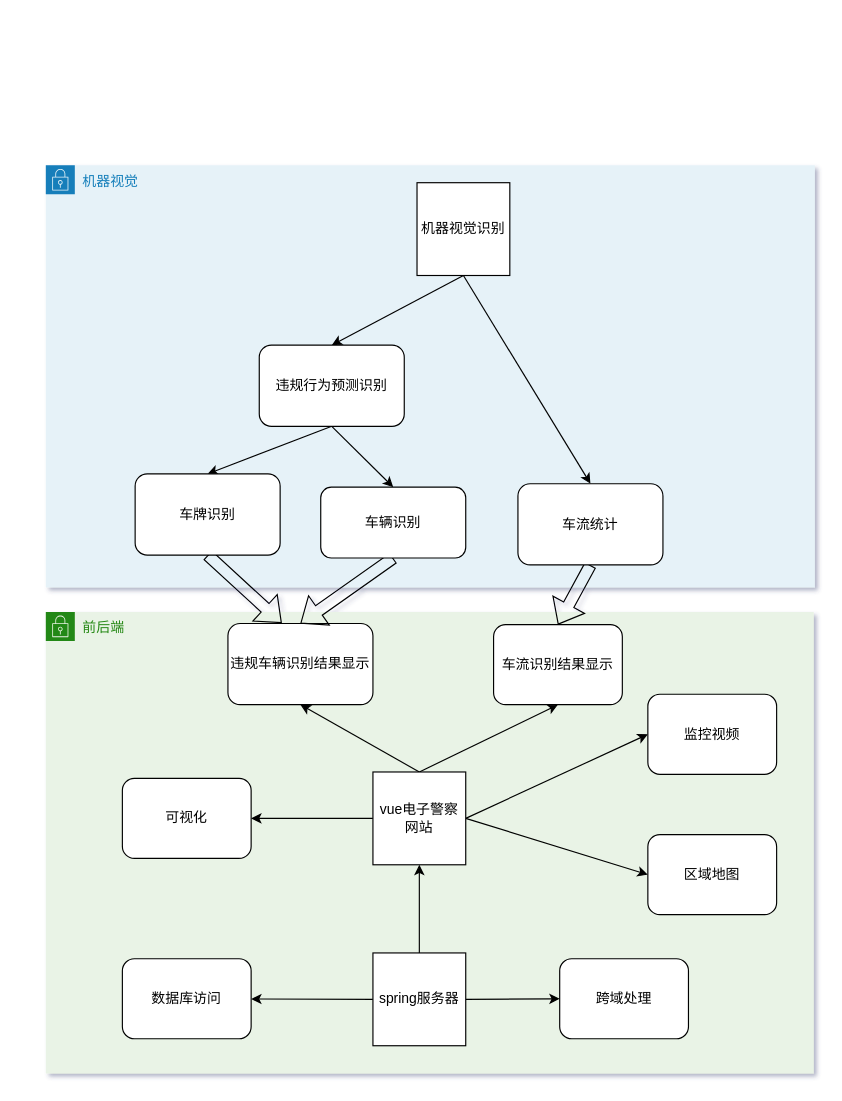
Earlier version of the draw.io diagram Untitled Diagram.drawio (SuperSparta117/drawio_liuchengtu). Source tidied: cells renumbered, new cells numbered last; positions are measured from the earlier drawing's top-left corner, leaving out a move shared by most shapes. Both pictures are drawn from the tidied source at 116%, with x=0, y=0 at pixel (45, 165).
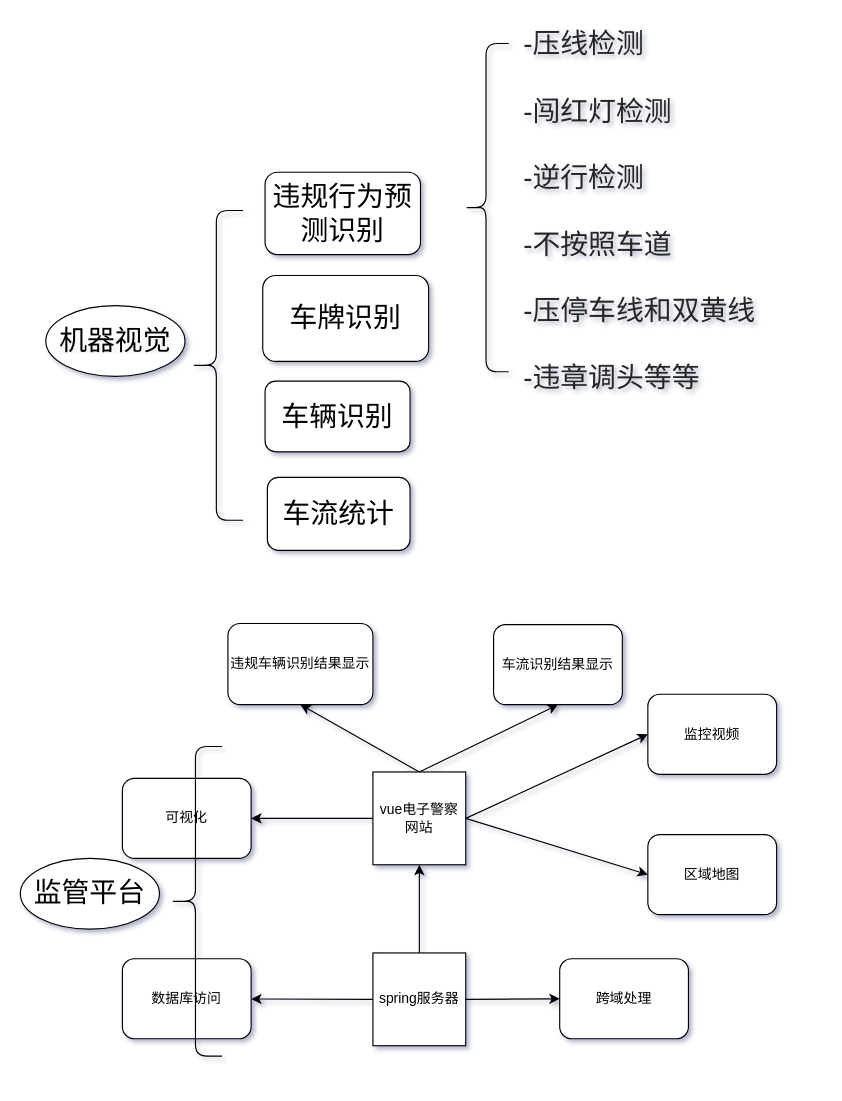
The same diagram, later.

The change refers to these unchanged cells:
```xml
<mxCell id="10" value="违规车辆识别结果显示" style="rounded=1;whiteSpace=wrap;html=1;" parent="1" vertex="1">
  <mxGeometry x="157" y="395" width="125" height="70" as="geometry" />
</mxCell>
<mxCell id="11" value="车流识别结果显示" style="rounded=1;whiteSpace=wrap;html=1;" parent="1" vertex="1">
  <mxGeometry x="386" y="396" width="111" height="69" as="geometry" />
</mxCell>
```

The edit, as a diff of the source:
```diff
@@
-    <mxCell id="2" value="前后端" style="gradientColor=none;html=1;whiteSpace=wrap;fontSize=12;fontStyle=0;shape=mxgraph.aws4.group;grIcon=mxgraph.aws4.group_security_group;grStroke=0;strokeColor=#248814;fillColor=#E9F3E6;verticalAlign=top;align=left;spacingLeft=30;fontColor=#248814;dashed=0;" parent="1" vertex="1">
-      <mxGeometry y="385" width="662" height="398" as="geometry" />
-    </mxCell>
-    <mxCell id="3" value="机器视觉" style="gradientColor=none;html=1;whiteSpace=wrap;fontSize=12;fontStyle=0;shape=mxgraph.aws4.group;grIcon=mxgraph.aws4.group_security_group;grStroke=0;strokeColor=#147EBA;fillColor=#E6F2F8;verticalAlign=top;align=left;spacingLeft=30;fontColor=#147EBA;dashed=0;" parent="1" vertex="1">
-      <mxGeometry width="663" height="364" as="geometry" />
-    </mxCell>
@@
-    <mxCell id="13" style="edgeStyle=none;rounded=0;jettySize=auto;html=1;exitX=0.5;exitY=1;exitDx=0;exitDy=0;entryX=0.5;entryY=0;entryDx=0;entryDy=0;" parent="1" edge="1" source="20" target="18">
-      <mxGeometry relative="1" as="geometry" />
-    </mxCell>
-    <mxCell id="14" style="edgeStyle=none;rounded=0;jettySize=auto;html=1;exitX=0.5;exitY=1;exitDx=0;exitDy=0;entryX=0.5;entryY=0;entryDx=0;entryDy=0;" parent="1" edge="1" source="20" target="16">
-      <mxGeometry relative="1" as="geometry" />
-    </mxCell>
-    <mxCell id="15" style="edgeStyle=none;rounded=0;jettySize=auto;html=1;exitX=0.5;exitY=1;exitDx=0;exitDy=0;entryX=0.5;entryY=0;entryDx=0;entryDy=0;shape=flexArrow;" parent="1" edge="1" source="16" target="10">
-      <mxGeometry relative="1" as="geometry" />
-    </mxCell>
-    <mxCell id="16" value="车辆识别" style="rounded=1;whiteSpace=wrap;html=1;" parent="1" vertex="1">
-      <mxGeometry x="237" y="277.5" width="125" height="61" as="geometry" />
+    <mxCell id="16" value="&lt;font style=&quot;font-size: 24px;&quot;&gt;车辆识别&lt;/font&gt;" style="rounded=1;whiteSpace=wrap;html=1;" parent="1" vertex="1">
+      <mxGeometry x="189" y="186" width="125" height="61" as="geometry" />
     </mxCell>
-    <mxCell id="17" style="edgeStyle=none;shape=flexArrow;rounded=0;jettySize=auto;html=1;exitX=0.5;exitY=1;exitDx=0;exitDy=0;entryX=0.371;entryY=-0.005;entryDx=0;entryDy=0;entryPerimeter=0;" parent="1" edge="1" source="18" target="10">
-      <mxGeometry relative="1" as="geometry" />
-    </mxCell>
-    <mxCell id="18" value="车牌识别" style="rounded=1;whiteSpace=wrap;html=1;" parent="1" vertex="1">
-      <mxGeometry x="77" y="266" width="125" height="70" as="geometry" />
+    <mxCell id="18" value="&lt;font style=&quot;font-size: 24px;&quot;&gt;车牌识别&lt;/font&gt;" style="rounded=1;whiteSpace=wrap;html=1;" parent="1" vertex="1">
+      <mxGeometry x="187" y="95" width="143" height="74" as="geometry" />
     </mxCell>
-    <mxCell id="19" style="edgeStyle=none;shape=flexArrow;rounded=0;jettySize=auto;html=1;exitX=0.5;exitY=1;exitDx=0;exitDy=0;entryX=0.5;entryY=0;entryDx=0;entryDy=0;" parent="1" edge="1" source="24" target="11">
-      <mxGeometry relative="1" as="geometry" />
-    </mxCell>
-    <mxCell id="20" value="违规行为预测识别" style="rounded=1;whiteSpace=wrap;html=1;" parent="1" vertex="1">
-      <mxGeometry x="184" y="155" width="125" height="70" as="geometry" />
+    <mxCell id="20" value="&lt;font style=&quot;font-size: 24px;&quot;&gt;违规行为预测识别&lt;/font&gt;" style="rounded=1;whiteSpace=wrap;html=1;" parent="1" vertex="1">
+      <mxGeometry x="189" y="6" width="134" height="71" as="geometry" />
     </mxCell>
-    <mxCell id="21" style="rounded=0;jettySize=auto;html=1;exitX=0.5;exitY=1;exitDx=0;exitDy=0;entryX=0.5;entryY=0;entryDx=0;entryDy=0;" parent="1" edge="1" source="22" target="20">
-      <mxGeometry relative="1" as="geometry" />
-    </mxCell>
-    <mxCell id="22" value="机器视觉识别" style="whiteSpace=wrap;html=1;" parent="1" vertex="1">
-      <mxGeometry x="320" y="15" width="80" height="80" as="geometry" />
-    </mxCell>
-    <mxCell id="23" style="edgeStyle=none;rounded=0;jettySize=auto;html=1;exitX=0.5;exitY=1;exitDx=0;exitDy=0;entryX=0.5;entryY=0;entryDx=0;entryDy=0;" parent="1" edge="1" source="22" target="24">
-      <mxGeometry relative="1" as="geometry" />
-    </mxCell>
-    <mxCell id="24" value="车流统计" style="rounded=1;whiteSpace=wrap;html=1;" parent="1" vertex="1">
-      <mxGeometry x="407" y="274.5" width="125" height="70" as="geometry" />
+    <mxCell id="24" value="&lt;font style=&quot;font-size: 24px;&quot;&gt;&lt;font style=&quot;&quot;&gt;车流统&lt;/font&gt;计&lt;/font&gt;" style="rounded=1;whiteSpace=wrap;html=1;" parent="1" vertex="1">
+      <mxGeometry x="191" y="269" width="123" height="63" as="geometry" />
     </mxCell>
@@
+    <mxCell id="3" value="&lt;span style=&quot;color: rgb(0, 0, 0); font-family: Helvetica; font-style: normal; font-variant-ligatures: normal; font-variant-caps: normal; font-weight: 400; letter-spacing: normal; orphans: 2; text-align: center; text-indent: 0px; text-transform: none; widows: 2; word-spacing: 0px; -webkit-text-stroke-width: 0px; background-color: rgb(248, 249, 250); text-decoration-style: initial; text-decoration-color: initial; float: none; display: inline !important;&quot;&gt;&lt;font style=&quot;font-size: 24px;&quot;&gt;机器视觉&lt;/font&gt;&lt;/span&gt;" style="ellipse;whiteSpace=wrap;html=1;" parent="1" vertex="1">
+      <mxGeometry y="121" width="120" height="61" as="geometry" />
+    </mxCell>
+    <mxCell id="33" style="shape=curlyBracket;whiteSpace=wrap;html=1;rounded=1;" parent="1" vertex="1">
+      <mxGeometry x="124" y="39" width="46" height="267" as="geometry" />
+    </mxCell>
+    <mxCell id="34" value="&lt;p style=&quot;language:zh-CN;margin-top:0pt;margin-bottom:0pt;margin-left:0in;&#10;text-align:left;direction:ltr;unicode-bidi:embed;mso-line-break-override:none;&#10;word-break:normal;punctuation-wrap:hanging&quot;&gt;&lt;span style=&quot;font-size:18.0pt;&#10;font-family:微软雅黑;mso-ascii-font-family:微软雅黑;mso-fareast-font-family:微软雅黑;&#10;mso-bidi-font-family:+mn-cs;mso-bidi-theme-font:minor-bidi;color:#262626;&#10;mso-color-index:1;mso-font-kerning:12.0pt;language:en-US;mso-style-textfill-type:&#10;solid;mso-style-textfill-fill-themecolor:text1;mso-style-textfill-fill-color:&#10;#262626;mso-style-textfill-fill-alpha:100.0%;mso-style-textfill-fill-colortransforms:&#10;&amp;quot;lumm=85000 lumo=15000&amp;quot;&quot;&gt;-&lt;/span&gt;&lt;span style=&quot;font-size:18.0pt;font-family:&#10;微软雅黑;mso-ascii-font-family:微软雅黑;mso-fareast-font-family:微软雅黑;mso-bidi-font-family:&#10;+mn-cs;mso-bidi-theme-font:minor-bidi;color:#262626;mso-color-index:1;&#10;mso-font-kerning:12.0pt;language:zh-CN;mso-style-textfill-type:solid;&#10;mso-style-textfill-fill-themecolor:text1;mso-style-textfill-fill-color:#262626;&#10;mso-style-textfill-fill-alpha:100.0%;mso-style-textfill-fill-colortransforms:&#10;&amp;quot;lumm=85000 lumo=15000&amp;quot;&quot;&gt;压线检测&lt;/span&gt;&lt;/p&gt;&#10;&#10;&lt;p style=&quot;language:zh-CN;margin-top:0pt;margin-bottom:0pt;margin-left:0in;&#10;text-align:left;direction:ltr;unicode-bidi:embed;mso-line-break-override:none;&#10;word-break:normal;punctuation-wrap:hanging&quot;&gt;&lt;span style=&quot;font-size:18.0pt;&#10;font-family:微软雅黑;mso-ascii-font-family:微软雅黑;mso-fareast-font-family:微软雅黑;&#10;mso-bidi-font-family:+mn-cs;mso-bidi-theme-font:minor-bidi;color:#262626;&#10;mso-color-index:1;mso-font-kerning:12.0pt;language:en-US;mso-style-textfill-type:&#10;solid;mso-style-textfill-fill-themecolor:text1;mso-style-textfill-fill-color:&#10;#262626;mso-style-textfill-fill-alpha:100.0%;mso-style-textfill-fill-colortransforms:&#10;&amp;quot;lumm=85000 lumo=15000&amp;quot;&quot;&gt;-&lt;/span&gt;&lt;span style=&quot;font-size:18.0pt;font-family:&#10;微软雅黑;mso-ascii-font-family:微软雅黑;mso-fareast-font-family:微软雅黑;mso-bidi-font-family:&#10;+mn-cs;mso-bidi-theme-font:minor-bidi;color:#262626;mso-color-index:1;&#10;mso-font-kerning:12.0pt;language:zh-CN;mso-style-textfill-type:solid;&#10;mso-style-textfill-fill-themecolor:text1;mso-style-textfill-fill-color:#262626;&#10;mso-style-textfill-fill-alpha:100.0%;mso-style-textfill-fill-colortransforms:&#10;&amp;quot;lumm=85000 lumo=15000&amp;quot;&quot;&gt;闯红灯检测&lt;/span&gt;&lt;/p&gt;&#10;&#10;&lt;p style=&quot;language:zh-CN;margin-top:0pt;margin-bottom:0pt;margin-left:0in;&#10;text-align:left;direction:ltr;unicode-bidi:embed;mso-line-break-override:none;&#10;word-break:normal;punctuation-wrap:hanging&quot;&gt;&lt;span style=&quot;font-size:18.0pt;&#10;font-family:微软雅黑;mso-ascii-font-family:微软雅黑;mso-fareast-font-family:微软雅黑;&#10;mso-bidi-font-family:+mn-cs;mso-bidi-theme-font:minor-bidi;color:#262626;&#10;mso-color-index:1;mso-font-kerning:12.0pt;language:en-US;mso-style-textfill-type:&#10;solid;mso-style-textfill-fill-themecolor:text1;mso-style-textfill-fill-color:&#10;#262626;mso-style-textfill-fill-alpha:100.0%;mso-style-textfill-fill-colortransforms:&#10;&amp;quot;lumm=85000 lumo=15000&amp;quot;&quot;&gt;-&lt;/span&gt;&lt;span style=&quot;font-size:18.0pt;font-family:&#10;微软雅黑;mso-ascii-font-family:微软雅黑;mso-fareast-font-family:微软雅黑;mso-bidi-font-family:&#10;+mn-cs;mso-bidi-theme-font:minor-bidi;color:#262626;mso-color-index:1;&#10;mso-font-kerning:12.0pt;language:zh-CN;mso-style-textfill-type:solid;&#10;mso-style-textfill-fill-themecolor:text1;mso-style-textfill-fill-color:#262626;&#10;mso-style-textfill-fill-alpha:100.0%;mso-style-textfill-fill-colortransforms:&#10;&amp;quot;lumm=85000 lumo=15000&amp;quot;&quot;&gt;逆行检测&lt;/span&gt;&lt;/p&gt;&#10;&#10;&lt;p style=&quot;language:zh-CN;margin-top:0pt;margin-bottom:0pt;margin-left:0in;&#10;text-align:left;direction:ltr;unicode-bidi:embed;mso-line-break-override:none;&#10;word-break:normal;punctuation-wrap:hanging&quot;&gt;&lt;span style=&quot;font-size:18.0pt;&#10;font-family:微软雅黑;mso-ascii-font-family:微软雅黑;mso-fareast-font-family:微软雅黑;&#10;mso-bidi-font-family:+mn-cs;mso-bidi-theme-font:minor-bidi;color:#262626;&#10;mso-color-index:1;mso-font-kerning:12.0pt;language:en-US;mso-style-textfill-type:&#10;solid;mso-style-textfill-fill-themecolor:text1;mso-style-textfill-fill-color:&#10;#262626;mso-style-textfill-fill-alpha:100.0%;mso-style-textfill-fill-colortransforms:&#10;&amp;quot;lumm=85000 lumo=15000&amp;quot;&quot;&gt;-&lt;/span&gt;&lt;span style=&quot;font-size:18.0pt;font-family:&#10;微软雅黑;mso-ascii-font-family:微软雅黑;mso-fareast-font-family:微软雅黑;mso-bidi-font-family:&#10;+mn-cs;mso-bidi-theme-font:minor-bidi;color:#262626;mso-color-index:1;&#10;mso-font-kerning:12.0pt;language:zh-CN;mso-style-textfill-type:solid;&#10;mso-style-textfill-fill-themecolor:text1;mso-style-textfill-fill-color:#262626;&#10;mso-style-textfill-fill-alpha:100.0%;mso-style-textfill-fill-colortransforms:&#10;&amp;quot;lumm=85000 lumo=15000&amp;quot;&quot;&gt;不按照车道&lt;/span&gt;&lt;/p&gt;&#10;&#10;&lt;p style=&quot;language:zh-CN;margin-top:0pt;margin-bottom:0pt;margin-left:0in;&#10;text-align:left;direction:ltr;unicode-bidi:embed;mso-line-break-override:none;&#10;word-break:normal;punctuation-wrap:hanging&quot;&gt;&lt;span style=&quot;font-size:18.0pt;&#10;font-family:微软雅黑;mso-ascii-font-family:微软雅黑;mso-fareast-font-family:微软雅黑;&#10;mso-bidi-font-family:+mn-cs;mso-bidi-theme-font:minor-bidi;color:#262626;&#10;mso-color-index:1;mso-font-kerning:12.0pt;language:en-US;mso-style-textfill-type:&#10;solid;mso-style-textfill-fill-themecolor:text1;mso-style-textfill-fill-color:&#10;#262626;mso-style-textfill-fill-alpha:100.0%;mso-style-textfill-fill-colortransforms:&#10;&amp;quot;lumm=85000 lumo=15000&amp;quot;&quot;&gt;-&lt;/span&gt;&lt;span style=&quot;font-size:18.0pt;font-family:&#10;微软雅黑;mso-ascii-font-family:微软雅黑;mso-fareast-font-family:微软雅黑;mso-bidi-font-family:&#10;+mn-cs;mso-bidi-theme-font:minor-bidi;color:#262626;mso-color-index:1;&#10;mso-font-kerning:12.0pt;language:zh-CN;mso-style-textfill-type:solid;&#10;mso-style-textfill-fill-themecolor:text1;mso-style-textfill-fill-color:#262626;&#10;mso-style-textfill-fill-alpha:100.0%;mso-style-textfill-fill-colortransforms:&#10;&amp;quot;lumm=85000 lumo=15000&amp;quot;&quot;&gt;压停车线和双黄线&lt;/span&gt;&lt;/p&gt;&#10;&#10;&lt;p style=&quot;language:zh-CN;margin-top:0pt;margin-bottom:0pt;margin-left:0in;&#10;text-align:left;direction:ltr;unicode-bidi:embed;mso-line-break-override:none;&#10;word-break:normal;punctuation-wrap:hanging&quot;&gt;&lt;span style=&quot;font-size:18.0pt;&#10;font-family:微软雅黑;mso-ascii-font-family:微软雅黑;mso-fareast-font-family:微软雅黑;&#10;mso-bidi-font-family:+mn-cs;mso-bidi-theme-font:minor-bidi;color:#262626;&#10;mso-color-index:1;mso-font-kerning:12.0pt;language:en-US;mso-style-textfill-type:&#10;solid;mso-style-textfill-fill-themecolor:text1;mso-style-textfill-fill-color:&#10;#262626;mso-style-textfill-fill-alpha:100.0%;mso-style-textfill-fill-colortransforms:&#10;&amp;quot;lumm=85000 lumo=15000&amp;quot;&quot;&gt;-&lt;/span&gt;&lt;span style=&quot;font-size:18.0pt;font-family:&#10;微软雅黑;mso-ascii-font-family:微软雅黑;mso-fareast-font-family:微软雅黑;mso-bidi-font-family:&#10;+mn-cs;mso-bidi-theme-font:minor-bidi;color:#262626;mso-color-index:1;&#10;mso-font-kerning:12.0pt;language:zh-CN;mso-style-textfill-type:solid;&#10;mso-style-textfill-fill-themecolor:text1;mso-style-textfill-fill-color:#262626;&#10;mso-style-textfill-fill-alpha:100.0%;mso-style-textfill-fill-colortransforms:&#10;&amp;quot;lumm=85000 lumo=15000&amp;quot;&quot;&gt;违章调头等等&lt;/span&gt;&lt;/p&gt;" style="text;whiteSpace=wrap;html=1;" parent="1" vertex="1">
+      <mxGeometry x="410" y="-125" width="220" height="266" as="geometry" />
+    </mxCell>
+    <mxCell id="35" style="shape=curlyBracket;whiteSpace=wrap;html=1;rounded=1;size=0.5;" parent="1" vertex="1">
+      <mxGeometry x="360" y="-105" width="39" height="283" as="geometry" />
+    </mxCell>
+    <mxCell id="36" value="&lt;span style=&quot;font-size: 24px;&quot;&gt;监管平台&lt;/span&gt;" style="ellipse;whiteSpace=wrap;html=1;" parent="1" vertex="1">
+      <mxGeometry x="-22" y="597.5" width="120" height="61" as="geometry" />
+    </mxCell>
+    <mxCell id="37" style="shape=curlyBracket;whiteSpace=wrap;html=1;rounded=1;" parent="1" vertex="1">
+      <mxGeometry x="106" y="501" width="46" height="267" as="geometry" />
+    </mxCell>
```
